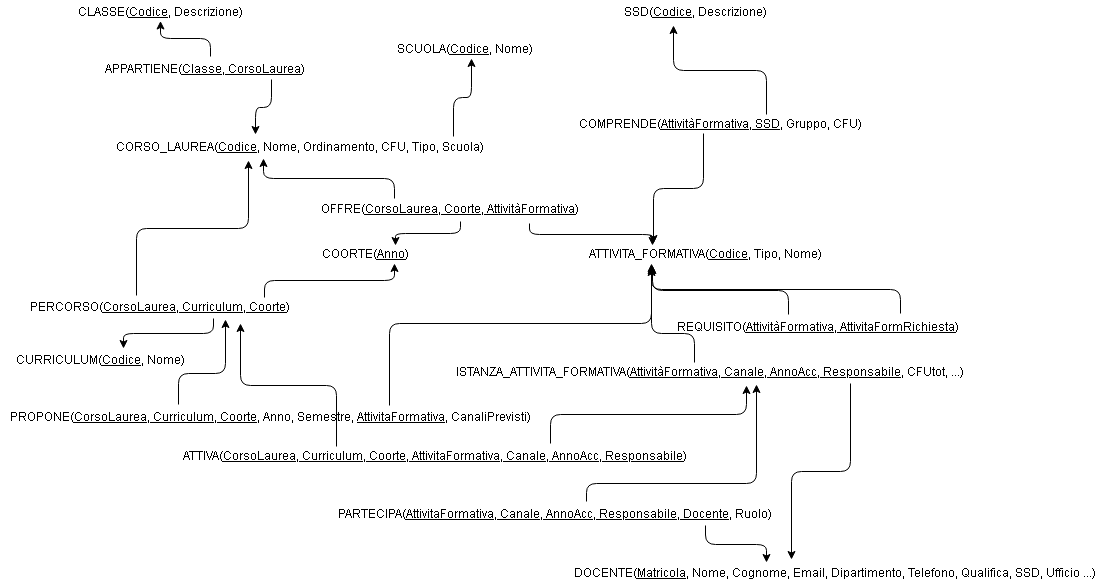
Before: Schemas/relational model.png, a diagram exported from draw.io (lucamoroz/Didactics_DB). Source tidied: cells renumbered, new cells last; positions are measured from the earlier drawing's top-left corner, leaving out a move shared by most shapes.
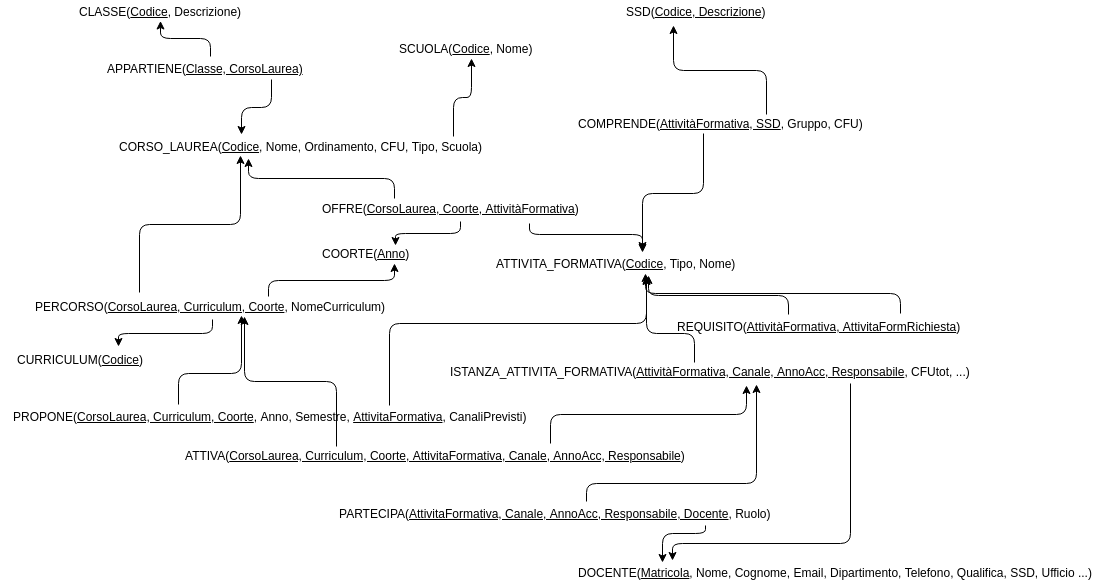
The same diagram one commit later.

Commit message:
Update relational and ER diagrams

Diff of the diagram source:
```diff
@@ -8,10 +8,10 @@
     <mxCell id="3" value="CLASSE(&lt;u&gt;Codice&lt;/u&gt;, Descrizione)" style="text;html=1;align=center;verticalAlign=middle;points=[];fillColor=none;strokeColor=none;rounded=0;" parent="1" vertex="1">
       <mxGeometry x="70" y="-0.5" width="180" height="20" as="geometry" />
     </mxCell>
-    <mxCell id="4" value="CURRICULUM(&lt;u&gt;Codice&lt;/u&gt;, Nome)" style="text;html=1;align=center;verticalAlign=middle;points=[];fillColor=none;strokeColor=none;rounded=0;" parent="1" vertex="1">
-      <mxGeometry x="10" y="348" width="180" height="20" as="geometry" />
+    <mxCell id="4" value="CURRICULUM(&lt;u&gt;Codice&lt;/u&gt;)" style="text;html=1;align=center;verticalAlign=middle;points=[];fillColor=none;strokeColor=none;rounded=0;" parent="1" vertex="1">
+      <mxGeometry x="10" y="348" width="140" height="20" as="geometry" />
     </mxCell>
-    <mxCell id="5" value="SSD(&lt;u&gt;Codice&lt;/u&gt;, Descrizione)" style="text;html=1;align=center;verticalAlign=middle;points=[];fillColor=none;strokeColor=none;rounded=0;" parent="1" vertex="1">
+    <mxCell id="5" value="SSD(&lt;u&gt;Codice, Descrizione&lt;/u&gt;)" style="text;html=1;align=center;verticalAlign=middle;points=[];fillColor=none;strokeColor=none;rounded=0;" parent="1" vertex="1">
       <mxGeometry x="620" y="-0.5" width="150" height="20" as="geometry" />
     </mxCell>
     <mxCell id="6" value="CORSO_LAUREA(&lt;u&gt;Codice&lt;/u&gt;, Nome, Ordinamento, CFU, Tipo, Scuola)" style="text;html=1;align=center;verticalAlign=middle;points=[];fillColor=none;strokeColor=none;rounded=0;" parent="1" vertex="1">
@@ -26,7 +26,7 @@
     <mxCell id="9" style="edgeStyle=elbowEdgeStyle;elbow=vertical;endArrow=classic;html=1;exitX=0.524;exitY=-0.1;exitDx=0;exitDy=0;exitPerimeter=0;" parent="1" edge="1" source="7" target="3">
       <mxGeometry relative="1" as="geometry" />
     </mxCell>
-    <mxCell id="10" style="edgeStyle=elbowEdgeStyle;elbow=vertical;endArrow=classic;html=1;entryX=0.382;entryY=-0.1;entryDx=0;entryDy=0;entryPerimeter=0;exitX=0.814;exitY=1.05;exitDx=0;exitDy=0;exitPerimeter=0;" parent="1" edge="1" source="7" target="6">
+    <mxCell id="10" style="edgeStyle=elbowEdgeStyle;elbow=vertical;endArrow=classic;html=1;entryX=0.345;entryY=-0.075;entryDx=0;entryDy=0;entryPerimeter=0;exitX=0.814;exitY=1.05;exitDx=0;exitDy=0;exitPerimeter=0;" parent="1" edge="1" source="7" target="6">
       <mxGeometry relative="1" as="geometry" />
     </mxCell>
     <mxCell id="11" value="OFFRE(&lt;u&gt;CorsoLaurea, Coorte, AttivitàFormativa&lt;/u&gt;)" style="text;html=1;align=center;verticalAlign=middle;points=[];fillColor=none;strokeColor=none;rounded=0;" parent="1" vertex="1">
@@ -36,49 +36,53 @@
       <mxGeometry x="315" y="242" width="100" height="20" as="geometry" />
     </mxCell>
     <mxCell id="13" value="ATTIVITA_FORMATIVA(&lt;u&gt;Codice&lt;/u&gt;, Tipo, Nome)" style="text;html=1;align=center;verticalAlign=middle;points=[];fillColor=none;strokeColor=none;rounded=0;" parent="1" vertex="1">
-      <mxGeometry x="580" y="242" width="250" height="20" as="geometry" />
+      <mxGeometry x="490" y="252" width="250" height="20" as="geometry" />
     </mxCell>
-    <mxCell id="14" style="edgeStyle=elbowEdgeStyle;elbow=vertical;endArrow=classic;html=1;entryX=0.403;entryY=1.125;entryDx=0;entryDy=0;entryPerimeter=0;exitX=0.293;exitY=-0.025;exitDx=0;exitDy=0;exitPerimeter=0;" parent="1" edge="1" source="11" target="6">
+    <mxCell id="14" style="edgeStyle=elbowEdgeStyle;elbow=vertical;endArrow=classic;html=1;entryX=0.361;entryY=1.125;entryDx=0;entryDy=0;entryPerimeter=0;exitX=0.293;exitY=-0.025;exitDx=0;exitDy=0;exitPerimeter=0;" parent="1" edge="1" source="11" target="6">
       <mxGeometry relative="1" as="geometry" />
     </mxCell>
     <mxCell id="15" style="edgeStyle=elbowEdgeStyle;elbow=vertical;endArrow=classic;html=1;exitX=0.537;exitY=1.15;exitDx=0;exitDy=0;exitPerimeter=0;entryX=0.8;entryY=0.075;entryDx=0;entryDy=0;entryPerimeter=0;" parent="1" edge="1" source="11" target="12">
       <mxGeometry relative="1" as="geometry" />
     </mxCell>
-    <mxCell id="16" style="edgeStyle=elbowEdgeStyle;elbow=vertical;endArrow=classic;html=1;exitX=0.793;exitY=1.25;exitDx=0;exitDy=0;exitPerimeter=0;entryX=0.286;entryY=0.1;entryDx=0;entryDy=0;entryPerimeter=0;" parent="1" edge="1" source="11" target="13">
-      <mxGeometry relative="1" as="geometry" />
+    <mxCell id="16" style="edgeStyle=elbowEdgeStyle;elbow=vertical;endArrow=classic;html=1;exitX=0.793;exitY=1.25;exitDx=0;exitDy=0;exitPerimeter=0;entryX=0.608;entryY=-0.15;entryDx=0;entryDy=0;entryPerimeter=0;" parent="1" edge="1" source="11" target="13">
+      <mxGeometry relative="1" as="geometry">
+        <Array as="points">
+          <mxPoint x="539" y="233" />
+        </Array>
+      </mxGeometry>
     </mxCell>
     <mxCell id="17" value="COMPRENDE(&lt;u&gt;AttivitàFormativa, SSD&lt;/u&gt;, Gruppo, CFU)" style="text;html=1;align=center;verticalAlign=middle;points=[];fillColor=none;strokeColor=none;rounded=0;" parent="1" vertex="1">
       <mxGeometry x="570" y="112" width="300" height="20" as="geometry" />
     </mxCell>
-    <mxCell id="18" style="edgeStyle=elbowEdgeStyle;elbow=vertical;endArrow=classic;html=1;exitX=0.443;exitY=1;exitDx=0;exitDy=0;exitPerimeter=0;entryX=0.291;entryY=0;entryDx=0;entryDy=0;entryPerimeter=0;" parent="1" edge="1" source="17" target="13">
+    <mxCell id="18" style="edgeStyle=elbowEdgeStyle;elbow=vertical;endArrow=classic;html=1;exitX=0.443;exitY=1;exitDx=0;exitDy=0;exitPerimeter=0;entryX=0.608;entryY=-0.05;entryDx=0;entryDy=0;entryPerimeter=0;" parent="1" edge="1" source="17" target="13">
       <mxGeometry relative="1" as="geometry" />
     </mxCell>
     <mxCell id="19" style="edgeStyle=elbowEdgeStyle;elbow=vertical;endArrow=classic;html=1;exitX=0.653;exitY=0.05;exitDx=0;exitDy=0;exitPerimeter=0;entryX=0.353;entryY=1.225;entryDx=0;entryDy=0;entryPerimeter=0;" parent="1" edge="1" source="17" target="5">
       <mxGeometry relative="1" as="geometry" />
     </mxCell>
-    <mxCell id="20" value="PERCORSO(&lt;u&gt;CorsoLaurea,&amp;nbsp;Curriculum,&amp;nbsp;Coorte&lt;/u&gt;)" style="text;html=1;align=center;verticalAlign=middle;points=[];fillColor=none;strokeColor=none;rounded=0;" parent="1" vertex="1">
-      <mxGeometry x="25" y="295" width="270" height="20" as="geometry" />
+    <mxCell id="20" value="PERCORSO(&lt;u&gt;CorsoLaurea,&amp;nbsp;Curriculum,&amp;nbsp;Coorte&lt;/u&gt;, NomeCurriculum)" style="text;html=1;align=center;verticalAlign=middle;points=[];fillColor=none;strokeColor=none;rounded=0;" parent="1" vertex="1">
+      <mxGeometry x="25" y="295" width="370" height="20" as="geometry" />
     </mxCell>
-    <mxCell id="21" style="edgeStyle=elbowEdgeStyle;elbow=vertical;endArrow=classic;html=1;exitX=0.411;exitY=-0.05;exitDx=0;exitDy=0;exitPerimeter=0;entryX=0.362;entryY=1.225;entryDx=0;entryDy=0;entryPerimeter=0;" parent="1" edge="1" source="20" target="6">
+    <mxCell id="21" style="edgeStyle=elbowEdgeStyle;elbow=vertical;endArrow=classic;html=1;exitX=0.308;exitY=-0.2;exitDx=0;exitDy=0;exitPerimeter=0;entryX=0.342;entryY=0.975;entryDx=0;entryDy=0;entryPerimeter=0;" parent="1" edge="1" source="20" target="6">
       <mxGeometry relative="1" as="geometry" />
     </mxCell>
-    <mxCell id="22" style="edgeStyle=elbowEdgeStyle;elbow=vertical;endArrow=classic;html=1;exitX=0.885;exitY=0.05;exitDx=0;exitDy=0;exitPerimeter=0;entryX=0.79;entryY=1;entryDx=0;entryDy=0;entryPerimeter=0;" parent="1" edge="1" source="20" target="12">
+    <mxCell id="22" style="edgeStyle=elbowEdgeStyle;elbow=vertical;endArrow=classic;html=1;exitX=0.657;exitY=0;exitDx=0;exitDy=0;exitPerimeter=0;entryX=0.79;entryY=1;entryDx=0;entryDy=0;entryPerimeter=0;" parent="1" edge="1" source="20" target="12">
       <mxGeometry relative="1" as="geometry" />
     </mxCell>
-    <mxCell id="23" style="edgeStyle=elbowEdgeStyle;elbow=vertical;endArrow=classic;html=1;exitX=0.696;exitY=1.1;exitDx=0;exitDy=0;exitPerimeter=0;entryX=0.628;entryY=-0.05;entryDx=0;entryDy=0;entryPerimeter=0;" parent="1" edge="1" source="20" target="4">
+    <mxCell id="23" style="edgeStyle=elbowEdgeStyle;elbow=vertical;endArrow=classic;html=1;exitX=0.505;exitY=1.15;exitDx=0;exitDy=0;exitPerimeter=0;entryX=0.771;entryY=-0.15;entryDx=0;entryDy=0;entryPerimeter=0;" parent="1" edge="1" source="20" target="4">
       <mxGeometry relative="1" as="geometry" />
     </mxCell>
     <mxCell id="24" value="PROPONE(&lt;u&gt;CorsoLaurea, Curriculum, Coorte&lt;/u&gt;, Anno, Semestre,&amp;nbsp;&lt;u&gt;AttivitaFormativa&lt;/u&gt;, CanaliPrevisti)" style="text;html=1;align=center;verticalAlign=middle;points=[];fillColor=none;strokeColor=none;rounded=0;" parent="1" vertex="1">
       <mxGeometry y="404.5" width="540" height="20" as="geometry" />
     </mxCell>
-    <mxCell id="25" style="edgeStyle=elbowEdgeStyle;elbow=vertical;endArrow=classic;html=1;exitX=0.33;exitY=-0.1;exitDx=0;exitDy=0;exitPerimeter=0;entryX=0.741;entryY=1.15;entryDx=0;entryDy=0;entryPerimeter=0;" parent="1" edge="1" source="24" target="20">
+    <mxCell id="25" style="edgeStyle=elbowEdgeStyle;elbow=vertical;endArrow=classic;html=1;exitX=0.33;exitY=-0.1;exitDx=0;exitDy=0;exitPerimeter=0;entryX=0.584;entryY=0.95;entryDx=0;entryDy=0;entryPerimeter=0;" parent="1" edge="1" source="24" target="20">
       <mxGeometry relative="1" as="geometry">
         <Array as="points">
           <mxPoint x="210" y="372" />
         </Array>
       </mxGeometry>
     </mxCell>
-    <mxCell id="26" style="edgeStyle=elbowEdgeStyle;elbow=vertical;endArrow=classic;html=1;exitX=0.721;exitY=-0.025;exitDx=0;exitDy=0;exitPerimeter=0;entryX=0.284;entryY=1;entryDx=0;entryDy=0;entryPerimeter=0;" parent="1" edge="1" source="24" target="13">
+    <mxCell id="26" style="edgeStyle=elbowEdgeStyle;elbow=vertical;endArrow=classic;html=1;exitX=0.721;exitY=-0.025;exitDx=0;exitDy=0;exitPerimeter=0;entryX=0.624;entryY=1.1;entryDx=0;entryDy=0;entryPerimeter=0;" parent="1" edge="1" source="24" target="13">
       <mxGeometry relative="1" as="geometry">
         <Array as="points">
           <mxPoint x="410" y="322" />
@@ -89,7 +93,7 @@
     <mxCell id="27" value="ISTANZA_ATTIVITA_FORMATIVA(&lt;u&gt;AttivitàFormativa, Canale, AnnoAcc, Responsabile&lt;/u&gt;, CFUtot, ...)" style="text;html=1;align=center;verticalAlign=middle;points=[];fillColor=none;strokeColor=none;rounded=0;" parent="1" vertex="1">
       <mxGeometry x="450" y="359.5" width="520" height="20" as="geometry" />
     </mxCell>
-    <mxCell id="28" style="edgeStyle=elbowEdgeStyle;elbow=vertical;endArrow=classic;html=1;exitX=0.469;exitY=0.05;exitDx=0;exitDy=0;exitPerimeter=0;entryX=0.282;entryY=1.2;entryDx=0;entryDy=0;entryPerimeter=0;" parent="1" edge="1" source="27" target="13">
+    <mxCell id="28" style="edgeStyle=elbowEdgeStyle;elbow=vertical;endArrow=classic;html=1;exitX=0.469;exitY=0.05;exitDx=0;exitDy=0;exitPerimeter=0;entryX=0.624;entryY=1.15;entryDx=0;entryDy=0;entryPerimeter=0;" parent="1" edge="1" source="27" target="13">
       <mxGeometry relative="1" as="geometry">
         <Array as="points">
           <mxPoint x="669" y="332" />
@@ -99,8 +103,12 @@
     <mxCell id="29" value="DOCENTE(&lt;u&gt;Matricola&lt;/u&gt;, Nome, Cognome, Email, Dipartimento, Telefono, Qualifica, SSD, Ufficio ...)" style="text;html=1;align=center;verticalAlign=middle;points=[];fillColor=none;strokeColor=none;rounded=0;" parent="1" vertex="1">
       <mxGeometry x="570" y="560.5" width="530" height="20" as="geometry" />
     </mxCell>
-    <mxCell id="30" style="edgeStyle=elbowEdgeStyle;elbow=vertical;endArrow=classic;html=1;exitX=0.769;exitY=1.1;exitDx=0;exitDy=0;exitPerimeter=0;entryX=0.417;entryY=-0.15;entryDx=0;entryDy=0;entryPerimeter=0;" parent="1" edge="1" source="27" target="29">
-      <mxGeometry relative="1" as="geometry" />
+    <mxCell id="30" style="edgeStyle=elbowEdgeStyle;elbow=vertical;endArrow=classic;html=1;exitX=0.769;exitY=1.1;exitDx=0;exitDy=0;exitPerimeter=0;entryX=0.192;entryY=-0.075;entryDx=0;entryDy=0;entryPerimeter=0;" parent="1" edge="1" source="27" target="29">
+      <mxGeometry relative="1" as="geometry">
+        <Array as="points">
+          <mxPoint x="799" y="542" />
+        </Array>
+      </mxGeometry>
     </mxCell>
     <mxCell id="31" value="PARTECIPA(&lt;u&gt;AttivitaFormativa, Canale, AnnoAcc, Responsabile, Docente&lt;/u&gt;, Ruolo)" style="text;html=1;align=center;verticalAlign=middle;points=[];fillColor=none;strokeColor=none;rounded=0;" parent="1" vertex="1">
       <mxGeometry x="330" y="502" width="450" height="20" as="geometry" />
@@ -113,16 +121,18 @@
         </Array>
       </mxGeometry>
     </mxCell>
-    <mxCell id="33" style="edgeStyle=elbowEdgeStyle;elbow=vertical;endArrow=classic;html=1;exitX=0.833;exitY=1.1;exitDx=0;exitDy=0;exitPerimeter=0;entryX=0.37;entryY=0;entryDx=0;entryDy=0;entryPerimeter=0;" parent="1" edge="1" source="31" target="29">
-      <mxGeometry relative="1" as="geometry" />
+    <mxCell id="33" style="edgeStyle=elbowEdgeStyle;elbow=vertical;endArrow=classic;html=1;exitX=0.833;exitY=1.1;exitDx=0;exitDy=0;exitPerimeter=0;entryX=0.174;entryY=0.025;entryDx=0;entryDy=0;entryPerimeter=0;" parent="1" edge="1" source="31" target="29">
+      <mxGeometry relative="1" as="geometry">
+        <Array as="points">
+          <mxPoint x="689" y="532" />
+        </Array>
+      </mxGeometry>
     </mxCell>
     <mxCell id="34" value="ATTIVA(&lt;u&gt;CorsoLaurea, Curriculum, Coorte, AttivitaFormativa, Canale, AnnoAcc, Responsabile&lt;/u&gt;)" style="text;html=1;align=center;verticalAlign=middle;points=[];fillColor=none;strokeColor=none;rounded=0;" parent="1" vertex="1">
       <mxGeometry x="175" y="443.5" width="520" height="20" as="geometry" />
     </mxCell>
-    <mxCell id="35" style="edgeStyle=elbowEdgeStyle;elbow=vertical;endArrow=classic;html=1;exitX=0.31;exitY=0.075;exitDx=0;exitDy=0;exitPerimeter=0;" parent="1" edge="1" source="34">
-      <mxGeometry relative="1" as="geometry">
-        <mxPoint x="240" y="322" as="targetPoint" />
-      </mxGeometry>
+    <mxCell id="35" style="edgeStyle=elbowEdgeStyle;elbow=vertical;endArrow=classic;html=1;exitX=0.31;exitY=0.075;exitDx=0;exitDy=0;exitPerimeter=0;entryX=0.592;entryY=1;entryDx=0;entryDy=0;entryPerimeter=0;" parent="1" edge="1" source="34" target="20">
+      <mxGeometry relative="1" as="geometry" />
     </mxCell>
     <mxCell id="36" style="edgeStyle=elbowEdgeStyle;elbow=vertical;endArrow=classic;html=1;entryX=0.57;entryY=1.2;entryDx=0;entryDy=0;entryPerimeter=0;exitX=0.721;exitY=-0.075;exitDx=0;exitDy=0;exitPerimeter=0;" parent="1" edge="1" source="34" target="27">
       <mxGeometry relative="1" as="geometry" />
@@ -130,10 +140,10 @@
     <mxCell id="37" value="REQUISITO(&lt;u&gt;AttivitàFormativa, AttivitaFormRichiesta&lt;/u&gt;)" style="text;html=1;align=center;verticalAlign=middle;points=[];fillColor=none;strokeColor=none;rounded=0;" parent="1" vertex="1">
       <mxGeometry x="668" y="314.5" width="300" height="20" as="geometry" />
     </mxCell>
-    <mxCell id="38" style="edgeStyle=elbowEdgeStyle;elbow=vertical;endArrow=classic;html=1;exitX=0.401;exitY=-0.051;exitDx=0;exitDy=0;exitPerimeter=0;entryX=0.288;entryY=1.1;entryDx=0;entryDy=0;entryPerimeter=0;" parent="1" edge="1" source="37" target="13">
+    <mxCell id="38" style="edgeStyle=elbowEdgeStyle;elbow=vertical;endArrow=classic;html=1;exitX=0.401;exitY=-0.051;exitDx=0;exitDy=0;exitPerimeter=0;entryX=0.632;entryY=1.1;entryDx=0;entryDy=0;entryPerimeter=0;" parent="1" edge="1" source="37" target="13">
       <mxGeometry relative="1" as="geometry" />
     </mxCell>
-    <mxCell id="39" style="edgeStyle=elbowEdgeStyle;elbow=vertical;endArrow=classic;html=1;exitX=0.773;exitY=-0.125;exitDx=0;exitDy=0;exitPerimeter=0;entryX=0.282;entryY=1.1;entryDx=0;entryDy=0;entryPerimeter=0;" parent="1" edge="1" source="37" target="13">
+    <mxCell id="39" style="edgeStyle=elbowEdgeStyle;elbow=vertical;endArrow=classic;html=1;exitX=0.773;exitY=-0.125;exitDx=0;exitDy=0;exitPerimeter=0;entryX=0.62;entryY=1;entryDx=0;entryDy=0;entryPerimeter=0;" parent="1" edge="1" source="37" target="13">
       <mxGeometry relative="1" as="geometry" />
     </mxCell>
   </root>
```
